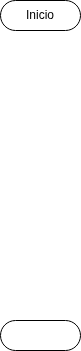
Above: parking-java/diagramas/diagrama1.drawio.png in pearce5000/parking-dam (draw.io), before the change. Source tidied: cells renumbered, new cells last; positions are measured from the earlier drawing's top-left corner, leaving out a move shared by most shapes. The source it was exported from:
```xml
<mxGraphModel>
  <root>
    <mxCell id="0" />
    <mxCell id="1" parent="0" />
    <mxCell id="2" style="html=1;dashed=0;whiteSpace=wrap;shape=mxgraph.dfd.start;" parent="1" vertex="1">
      <mxGeometry y="320" width="80" height="30" as="geometry" />
    </mxCell>
    <mxCell id="3" value="Inicio" style="html=1;dashed=0;whiteSpace=wrap;shape=mxgraph.dfd.start;" parent="1" vertex="1">
      <mxGeometry width="80" height="30" as="geometry" />
    </mxCell>
  </root>
</mxGraphModel>
```
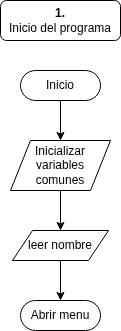
The same file after the commit.

Commit message:
He hecho los primeros 2 diagramas y estoy trabajando en el tercero

The edit, as a diff of the source:
```diff
@@ -2,11 +2,29 @@
   <root>
     <mxCell id="0" />
     <mxCell id="1" parent="0" />
-    <mxCell id="2" style="html=1;dashed=0;whiteSpace=wrap;shape=mxgraph.dfd.start;" parent="1" vertex="1">
-      <mxGeometry y="320" width="80" height="30" as="geometry" />
+    <mxCell id="2" value="Abrir menu" style="html=1;dashed=0;whiteSpace=wrap;shape=mxgraph.dfd.start;" parent="1" vertex="1">
+      <mxGeometry y="270" width="80" height="30" as="geometry" />
     </mxCell>
+    <mxCell id="4" style="edgeStyle=orthogonalEdgeStyle;rounded=0;jettySize=auto;html=1;entryX=0.5;entryY=0;entryDx=0;entryDy=0;" parent="1" edge="1" source="3" target="6">
+      <mxGeometry relative="1" as="geometry" />
+    </mxCell>
     <mxCell id="3" value="Inicio" style="html=1;dashed=0;whiteSpace=wrap;shape=mxgraph.dfd.start;" parent="1" vertex="1">
-      <mxGeometry width="80" height="30" as="geometry" />
+      <mxGeometry y="40" width="80" height="30" as="geometry" />
     </mxCell>
+    <mxCell id="5" style="edgeStyle=orthogonalEdgeStyle;rounded=0;jettySize=auto;html=1;entryX=0.5;entryY=0;entryDx=0;entryDy=0;" parent="1" edge="1" source="6" target="7">
+      <mxGeometry relative="1" as="geometry" />
+    </mxCell>
+    <mxCell id="6" value="Inicializar variables comunes" style="shape=parallelogram;perimeter=parallelogramPerimeter;whiteSpace=wrap;html=1;dashed=0;" parent="1" vertex="1">
+      <mxGeometry x="-10" y="110" width="100" height="50" as="geometry" />
+    </mxCell>
+    <mxCell id="7" value="leer nombre" style="shape=parallelogram;perimeter=parallelogramPerimeter;whiteSpace=wrap;html=1;fixedSize=1;" parent="1" vertex="1">
+      <mxGeometry x="-8" y="200" width="96" height="30" as="geometry" />
+    </mxCell>
+    <mxCell id="8" style="edgeStyle=orthogonalEdgeStyle;rounded=0;jettySize=auto;html=1;entryX=0.5;entryY=0.5;entryDx=0;entryDy=-15;entryPerimeter=0;" parent="1" edge="1" source="7" target="2">
+      <mxGeometry relative="1" as="geometry" />
+    </mxCell>
+    <mxCell id="9" value="&lt;b&gt;1.&lt;/b&gt;&lt;br&gt;Inicio del programa" style="rounded=1;whiteSpace=wrap;html=1;" parent="1" vertex="1">
+      <mxGeometry x="-20" y="-30" width="120" height="40" as="geometry" />
+    </mxCell>
   </root>
 </mxGraphModel>
```
